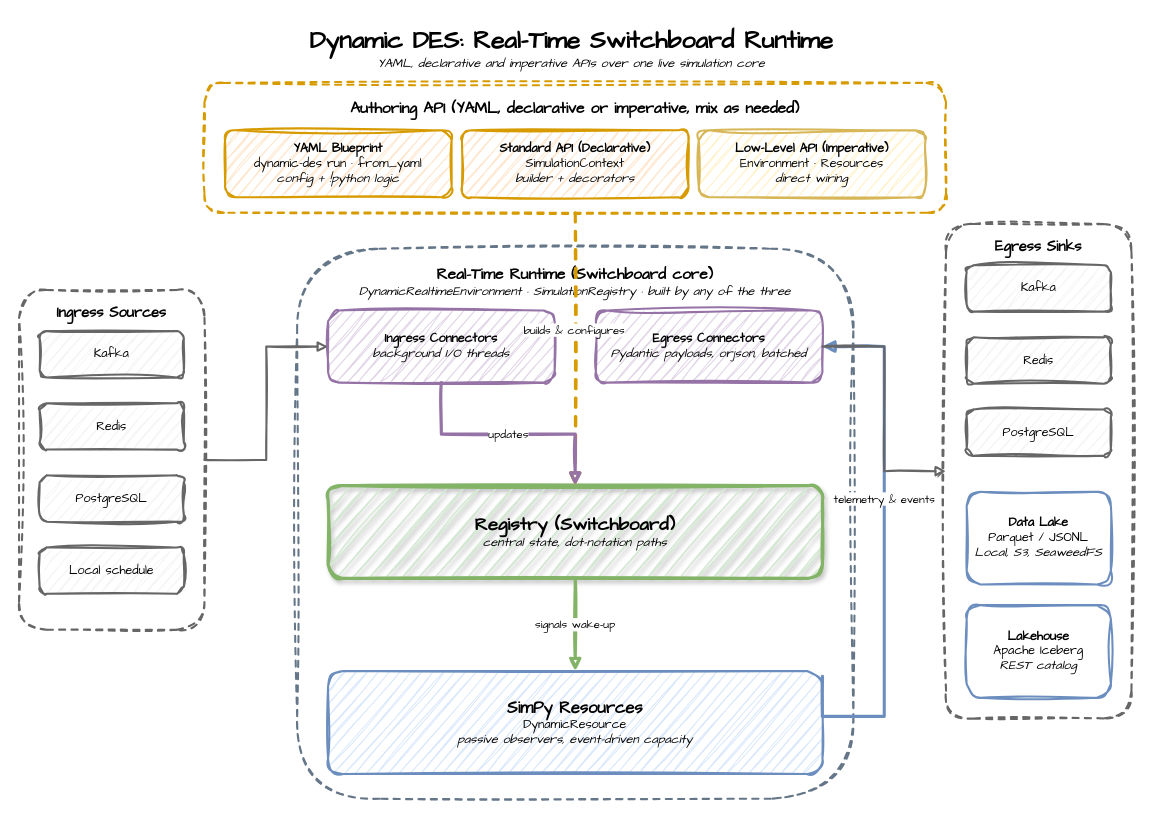
jaehyeon-kim/dynamic-des keeps this draw.io diagram as docs/assets/architecture.drawio. Above is the earlier version. Source tidied: cells renumbered, new cells numbered last; positions are measured from the earlier drawing's top-left corner, leaving out a move shared by most shapes. Both pictures are drawn from the tidied source at 103%, with x=0, y=0 at pixel (19, 18).
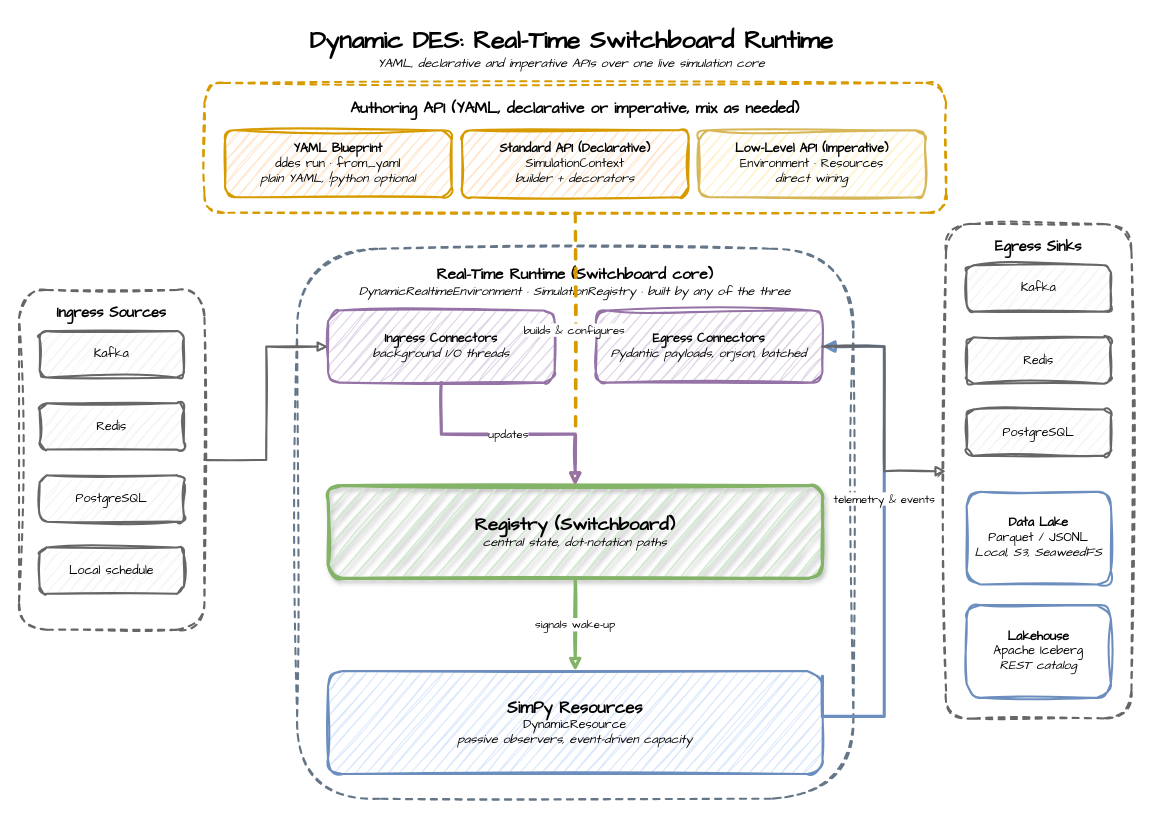
The same page after the edit.

What changed in the source:
```diff
@@
-    <mxCell id="4" value="&lt;b&gt;YAML Blueprint&lt;/b&gt;&lt;br&gt;dynamic-des run · from_yaml&lt;br&gt;&lt;i&gt;config + !python logic&lt;/i&gt;" style="rounded=1;whiteSpace=wrap;html=1;sketch=1;curveFitting=1;jiggle=2;fillColor=#ffe6cc;strokeColor=#d79b00;strokeWidth=2;fontFamily=Comic Sans MS;" parent="1" vertex="1">
+    <mxCell id="4" value="&lt;b&gt;YAML Blueprint&lt;/b&gt;&lt;br&gt;ddes run · from_yaml&lt;br&gt;&lt;i&gt;plain YAML, !python optional&lt;/i&gt;" style="rounded=1;whiteSpace=wrap;html=1;sketch=1;curveFitting=1;jiggle=2;fillColor=#ffe6cc;strokeColor=#d79b00;strokeWidth=2;fontFamily=Comic Sans MS;" parent="1" vertex="1">
       <mxGeometry x="200" y="109" width="220" height="65" as="geometry" />
     </mxCell>
```
